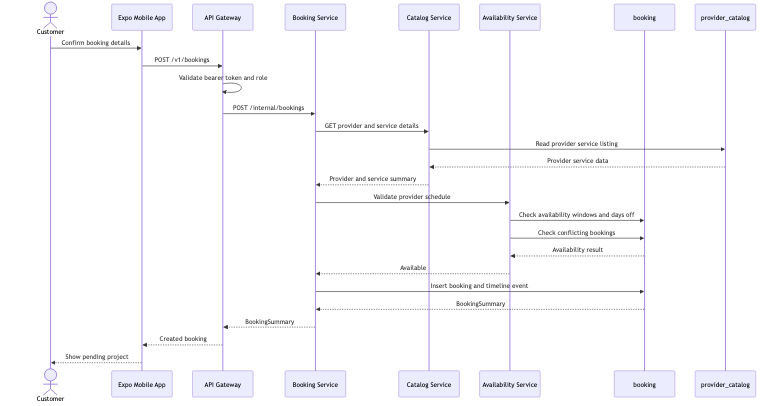
This is docs/diagrams/exports/png/12-booking-creation-sequence.png from shmce/servease-locked-in, a Mermaid export, as it was before one commit. Its source is kept beside it as docs/diagrams/source/12-booking-creation-sequence.mmd. The source it was exported from:
```mermaid
sequenceDiagram
  actor Customer
  participant Mobile as Expo Mobile App
  participant Gateway as API Gateway
  participant BookingService as Booking Service
  participant CatalogService as Catalog Service
  participant AvailabilityService as Availability Service
  participant BookingDb as booking
  participant CatalogDb as provider_catalog

  Customer->>Mobile: Confirm booking details
  Mobile->>Gateway: POST /v1/bookings
  Gateway->>Gateway: Validate bearer token and role
  Gateway->>BookingService: POST /internal/bookings
  BookingService->>CatalogService: GET provider and service details
  CatalogService->>CatalogDb: Read provider service listing
  CatalogDb-->>CatalogService: Provider service data
  CatalogService-->>BookingService: Provider and service summary
  BookingService->>AvailabilityService: Validate provider schedule
  AvailabilityService->>BookingDb: Check availability windows and days off
  AvailabilityService->>BookingDb: Check conflicting bookings
  BookingDb-->>AvailabilityService: Availability result
  AvailabilityService-->>BookingService: Available
  BookingService->>BookingDb: Insert booking and timeline event
  BookingDb-->>BookingService: BookingSummary
  BookingService-->>Gateway: BookingSummary
  Gateway-->>Mobile: Created booking
  Mobile-->>Customer: Show pending project
```
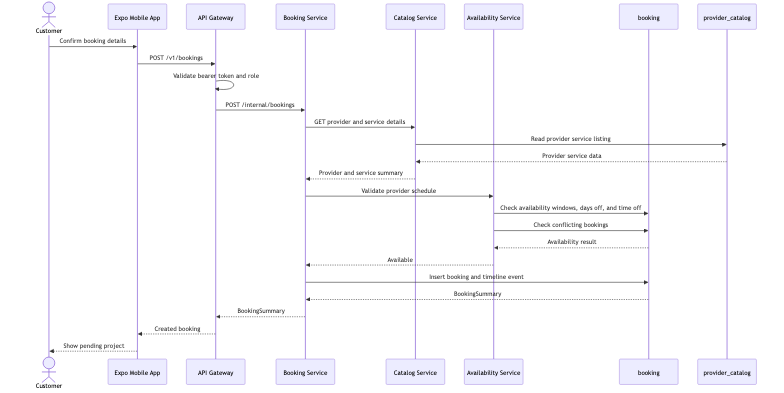
The same diagram one commit later.

The edit, as a diff of the source:
```diff
@@ -17,7 +17,7 @@
   CatalogDb-->>CatalogService: Provider service data
   CatalogService-->>BookingService: Provider and service summary
   BookingService->>AvailabilityService: Validate provider schedule
-  AvailabilityService->>BookingDb: Check availability windows and days off
+  AvailabilityService->>BookingDb: Check availability windows, days off, and time off
   AvailabilityService->>BookingDb: Check conflicting bookings
   BookingDb-->>AvailabilityService: Availability result
   AvailabilityService-->>BookingService: Available
```
